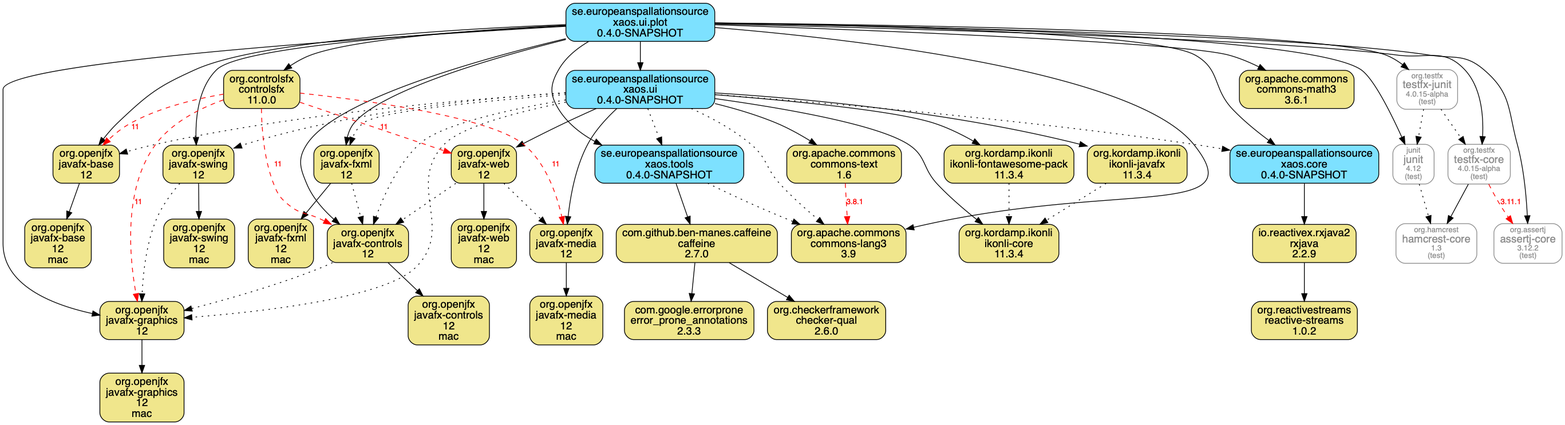
Above: xaos.ui.plot.module/doc/maven-dependencies.png in ESSICS/XAOS (Graphviz), before the change. Its source is kept beside it as xaos.ui.plot.module/doc/maven-dependencies.dot.
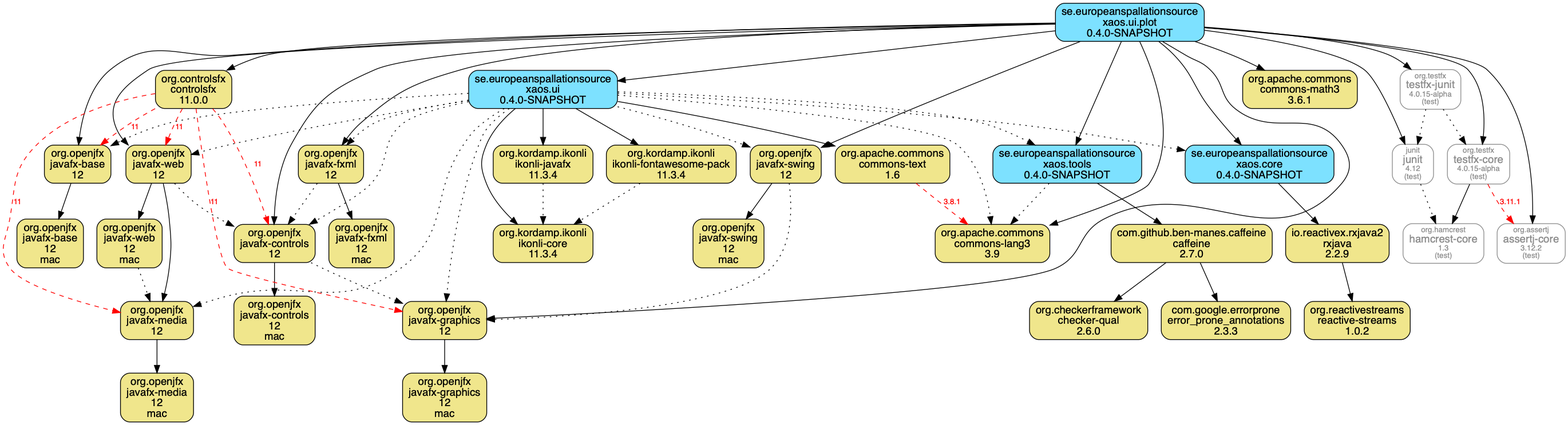
After the change.

Diff of the diagram source:
```diff
@@ -13,6 +13,10 @@
   "org.openjfx:javafx-graphics:jar:mac"[shape="box",style="rounded, filled",fillcolor="khaki",label=<org.openjfx<br/>javafx-graphics<br/>12<br/>mac>]
   "org.openjfx:javafx-swing:jar"[shape="box",style="rounded, filled",fillcolor="khaki",label=<org.openjfx<br/>javafx-swing<br/>12>]
   "org.openjfx:javafx-swing:jar:mac"[shape="box",style="rounded, filled",fillcolor="khaki",label=<org.openjfx<br/>javafx-swing<br/>12<br/>mac>]
+  "org.openjfx:javafx-web:jar:mac"[shape="box",style="rounded, filled",fillcolor="khaki",label=<org.openjfx<br/>javafx-web<br/>12<br/>mac>]
+  "org.openjfx:javafx-media:jar"[shape="box",style="rounded, filled",fillcolor="khaki",label=<org.openjfx<br/>javafx-media<br/>12>]
+  "org.openjfx:javafx-web:jar"[shape="box",style="rounded, filled",fillcolor="khaki",label=<org.openjfx<br/>javafx-web<br/>12>]
+  "org.openjfx:javafx-media:jar:mac"[shape="box",style="rounded, filled",fillcolor="khaki",label=<org.openjfx<br/>javafx-media<br/>12<br/>mac>]
   "org.apache.commons:commons-lang3:jar"[shape="box",style="rounded, filled",fillcolor="khaki",label=<org.apache.commons<br/>commons-lang3<br/>3.9>]
   "org.apache.commons:commons-math3:jar"[shape="box",style="rounded, filled",fillcolor="khaki",label=<org.apache.commons<br/>commons-math3<br/>3.6.1>]
   "io.reactivex.rxjava2:rxjava:jar"[shape="box",style="rounded, filled",fillcolor="khaki",label=<io.reactivex.rxjava2<br/>rxjava<br/>2.2.9>]
@@ -23,10 +27,6 @@
   "org.checkerframework:checker-qual:jar"[shape="box",style="rounded, filled",fillcolor="khaki",label=<org.checkerframework<br/>checker-qual<br/>2.6.0>]
   "com.google.errorprone:error_prone_annotations:jar"[shape="box",style="rounded, filled",fillcolor="khaki",label=<com.google.errorprone<br/>error_prone_annotations<br/>2.3.3>]
   "se.europeanspallationsource:xaos.ui:jar"[shape="box",style="rounded, filled",fillcolor="#7DE1FF",label=<se.europeanspallationsource<br/>xaos.ui<br/>0.4.0-SNAPSHOT>]
-  "org.openjfx:javafx-media:jar"[shape="box",style="rounded, filled",fillcolor="khaki",label=<org.openjfx<br/>javafx-media<br/>12>]
-  "org.openjfx:javafx-media:jar:mac"[shape="box",style="rounded, filled",fillcolor="khaki",label=<org.openjfx<br/>javafx-media<br/>12<br/>mac>]
-  "org.openjfx:javafx-web:jar"[shape="box",style="rounded, filled",fillcolor="khaki",label=<org.openjfx<br/>javafx-web<br/>12>]
-  "org.openjfx:javafx-web:jar:mac"[shape="box",style="rounded, filled",fillcolor="khaki",label=<org.openjfx<br/>javafx-web<br/>12<br/>mac>]
   "org.apache.commons:commons-text:jar"[shape="box",style="rounded, filled",fillcolor="khaki",label=<org.apache.commons<br/>commons-text<br/>1.6>]
   "org.kordamp.ikonli:ikonli-core:jar"[shape="box",style="rounded, filled",fillcolor="khaki",label=<org.kordamp.ikonli<br/>ikonli-core<br/>11.3.4>]
   "org.kordamp.ikonli:ikonli-javafx:jar"[shape="box",style="rounded, filled",fillcolor="khaki",label=<org.kordamp.ikonli<br/>ikonli-javafx<br/>11.3.4>]
@@ -51,6 +51,12 @@
   "org.openjfx:javafx-swing:jar" -> "org.openjfx:javafx-swing:jar:mac"
   "org.openjfx:javafx-swing:jar" -> "org.openjfx:javafx-graphics:jar"[style="dotted"]
   "se.europeanspallationsource:xaos.ui.plot:jar" -> "org.openjfx:javafx-swing:jar"
+  "org.openjfx:javafx-web:jar:mac" -> "org.openjfx:javafx-media:jar"[style="dotted"]
+  "org.openjfx:javafx-web:jar" -> "org.openjfx:javafx-web:jar:mac"
+  "org.openjfx:javafx-web:jar" -> "org.openjfx:javafx-controls:jar"[style="dotted"]
+  "org.openjfx:javafx-media:jar" -> "org.openjfx:javafx-media:jar:mac"
+  "org.openjfx:javafx-web:jar" -> "org.openjfx:javafx-media:jar"
+  "se.europeanspallationsource:xaos.ui.plot:jar" -> "org.openjfx:javafx-web:jar"
   "se.europeanspallationsource:xaos.ui.plot:jar" -> "org.apache.commons:commons-lang3:jar"
   "se.europeanspallationsource:xaos.ui.plot:jar" -> "org.apache.commons:commons-math3:jar"
   "io.reactivex.rxjava2:rxjava:jar" -> "org.reactivestreams:reactive-streams:jar"
@@ -65,13 +71,9 @@
   "se.europeanspallationsource:xaos.ui:jar" -> "org.openjfx:javafx-controls:jar"[style="dotted"]
   "se.europeanspallationsource:xaos.ui:jar" -> "org.openjfx:javafx-fxml:jar"[style="dotted"]
   "se.europeanspallationsource:xaos.ui:jar" -> "org.openjfx:javafx-graphics:jar"[style="dotted"]
-  "org.openjfx:javafx-media:jar" -> "org.openjfx:javafx-media:jar:mac"
-  "se.europeanspallationsource:xaos.ui:jar" -> "org.openjfx:javafx-media:jar"
+  "se.europeanspallationsource:xaos.ui:jar" -> "org.openjfx:javafx-media:jar"[style="dotted"]
   "se.europeanspallationsource:xaos.ui:jar" -> "org.openjfx:javafx-swing:jar"[style="dotted"]
-  "org.openjfx:javafx-web:jar" -> "org.openjfx:javafx-web:jar:mac"
-  "org.openjfx:javafx-web:jar" -> "org.openjfx:javafx-controls:jar"[style="dotted"]
-  "org.openjfx:javafx-web:jar" -> "org.openjfx:javafx-media:jar"[style="dotted"]
-  "se.europeanspallationsource:xaos.ui:jar" -> "org.openjfx:javafx-web:jar"
+  "se.europeanspallationsource:xaos.ui:jar" -> "org.openjfx:javafx-web:jar"[style="dotted"]
   "se.europeanspallationsource:xaos.ui:jar" -> "org.apache.commons:commons-lang3:jar"[style="dotted"]
   "org.apache.commons:commons-text:jar" -> "org.apache.commons:commons-lang3:jar"[style="dashed",color="red",fontcolor="red",label="3.8.1"]
   "se.europeanspallationsource:xaos.ui:jar" -> "org.apache.commons:commons-text:jar"
```
